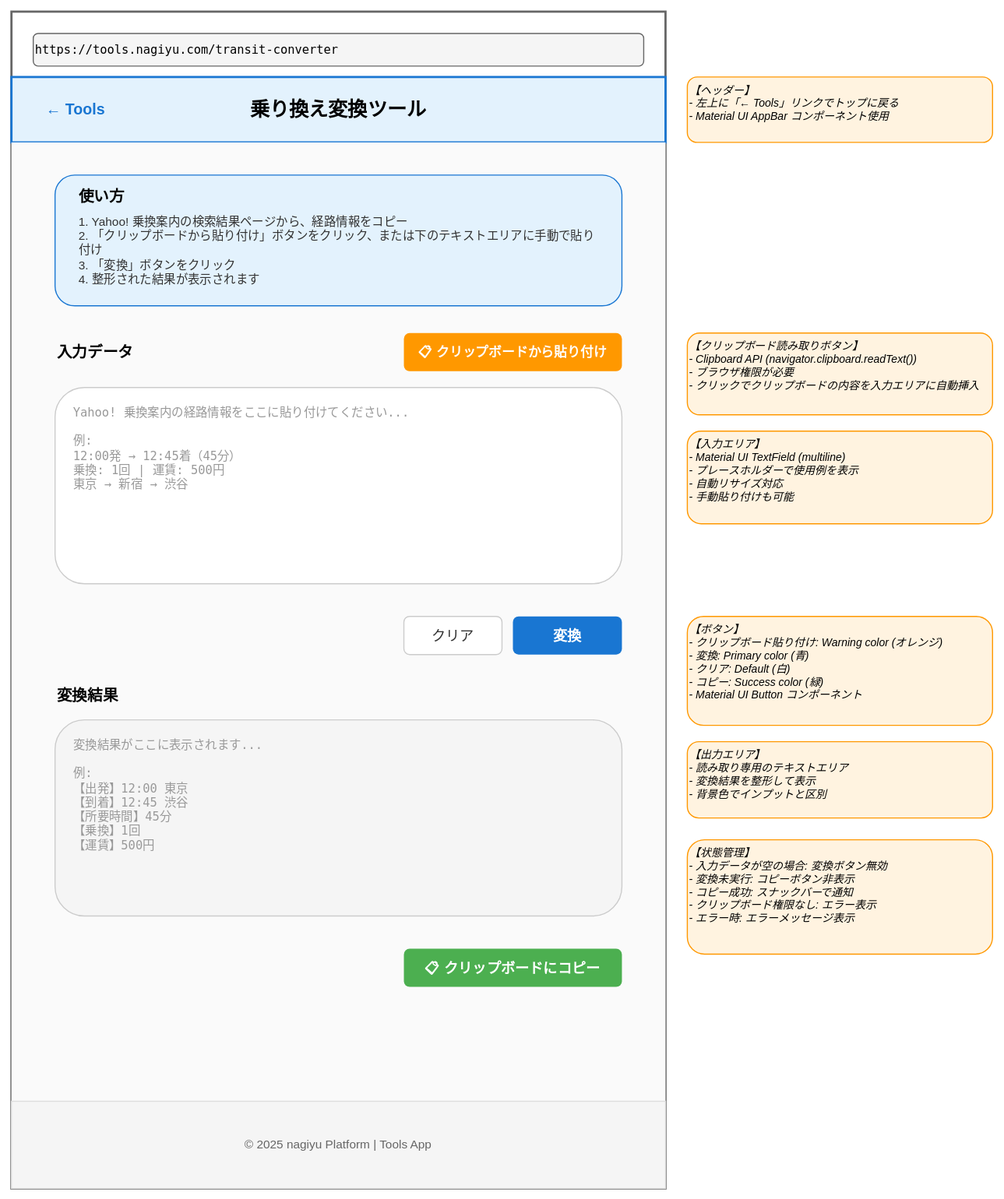
Earlier version of the draw.io export docs/images/services/tools/wireframe-transit.drawio.svg (nagiyu/nagiyu-platform). Source tidied: cells renumbered, new cells last; positions are measured from the earlier drawing's top-left corner, leaving out a move shared by most shapes. Source of this version:
```xml
<mxGraphModel background="#ffffff">
  <root>
    <mxCell id="0" />
    <mxCell id="1" parent="0" />
    <mxCell id="2" style="rounded=0;whiteSpace=wrap;html=1;fillColor=#ffffff;strokeColor=#666666;strokeWidth=2;" parent="1" vertex="1">
      <mxGeometry x="10" y="10" width="600" height="1080" as="geometry" />
    </mxCell>
    <mxCell id="3" value="https://tools.nagiyu.com/transit-converter" style="rounded=1;whiteSpace=wrap;html=1;fillColor=#f5f5f5;strokeColor=#666666;align=left;fontSize=11;fontFamily=monospace;" parent="1" vertex="1">
      <mxGeometry x="30" y="30" width="560" height="30" as="geometry" />
    </mxCell>
    <mxCell id="4" style="rounded=0;whiteSpace=wrap;html=1;fillColor=#e3f2fd;strokeColor=#1976d2;strokeWidth=2;" parent="1" vertex="1">
      <mxGeometry x="10" y="70" width="600" height="60" as="geometry" />
    </mxCell>
    <mxCell id="5" value="← Tools" style="text;html=1;strokeColor=none;fillColor=none;align=left;verticalAlign=middle;whiteSpace=wrap;rounded=0;fontSize=14;fontStyle=1;fontColor=#1976d2;" parent="1" vertex="1">
      <mxGeometry x="40" y="90" width="100" height="20" as="geometry" />
    </mxCell>
    <mxCell id="6" value="乗り換え変換ツール" style="text;html=1;strokeColor=none;fillColor=none;align=center;verticalAlign=middle;whiteSpace=wrap;rounded=0;fontSize=18;fontStyle=1;" parent="1" vertex="1">
      <mxGeometry x="160" y="90" width="300" height="20" as="geometry" />
    </mxCell>
    <mxCell id="7" style="rounded=0;whiteSpace=wrap;html=1;fillColor=#fafafa;strokeColor=none;" parent="1" vertex="1">
      <mxGeometry x="10" y="130" width="600" height="960" as="geometry" />
    </mxCell>
    <mxCell id="8" style="rounded=1;whiteSpace=wrap;html=1;fillColor=#e3f2fd;strokeColor=#1976d2;strokeWidth=1;" parent="1" vertex="1">
      <mxGeometry x="50" y="160" width="520" height="120" as="geometry" />
    </mxCell>
    <mxCell id="9" value="使い方" style="text;html=1;strokeColor=none;fillColor=none;align=left;verticalAlign=middle;whiteSpace=wrap;rounded=0;fontSize=14;fontStyle=1;" parent="1" vertex="1">
      <mxGeometry x="70" y="170" width="100" height="20" as="geometry" />
    </mxCell>
    <mxCell id="10" value="1. Yahoo! 乗換案内の検索結果ページから、経路情報をコピー&#10;2. 「クリップボードから貼り付け」ボタンをクリック、または下のテキストエリアに手動で貼り付け&#10;3. 「変換」ボタンをクリック&#10;4. 整形された結果が表示されます" style="text;html=1;strokeColor=none;fillColor=none;align=left;verticalAlign=top;whiteSpace=wrap;rounded=0;fontSize=11;fontColor=#333333;" parent="1" vertex="1">
      <mxGeometry x="70" y="190" width="480" height="80" as="geometry" />
    </mxCell>
    <mxCell id="11" value="入力データ" style="text;html=1;strokeColor=none;fillColor=none;align=left;verticalAlign=middle;whiteSpace=wrap;rounded=0;fontSize=14;fontStyle=1;" parent="1" vertex="1">
      <mxGeometry x="50" y="310" width="200" height="25" as="geometry" />
    </mxCell>
    <mxCell id="12" value="📋 クリップボードから貼り付け" style="rounded=1;whiteSpace=wrap;html=1;fillColor=#ff9800;strokeColor=none;fontColor=#ffffff;fontSize=12;fontStyle=1;align=center;" parent="1" vertex="1">
      <mxGeometry x="370" y="305" width="200" height="35" as="geometry" />
    </mxCell>
    <mxCell id="13" style="rounded=1;whiteSpace=wrap;html=1;fillColor=#ffffff;strokeColor=#cccccc;strokeWidth=1;align=left;verticalAlign=top;" parent="1" vertex="1">
      <mxGeometry x="50" y="355" width="520" height="180" as="geometry" />
    </mxCell>
    <mxCell id="14" value="Yahoo! 乗換案内の経路情報をここに貼り付けてください...&#10;&#10;例:&#10;12:00発 → 12:45着（45分）&#10;乗換: 1回 | 運賃: 500円&#10;東京 → 新宿 → 渋谷" style="text;html=1;strokeColor=none;fillColor=none;align=left;verticalAlign=top;whiteSpace=wrap;rounded=0;fontSize=11;fontColor=#999999;fontFamily=monospace;" parent="1" vertex="1">
      <mxGeometry x="65" y="365" width="490" height="160" as="geometry" />
    </mxCell>
    <mxCell id="15" style="rounded=0;whiteSpace=wrap;html=1;fillColor=none;strokeColor=none;" parent="1" vertex="1">
      <mxGeometry x="50" y="555" width="520" height="50" as="geometry" />
    </mxCell>
    <mxCell id="16" value="クリア" style="rounded=1;whiteSpace=wrap;html=1;fillColor=#ffffff;strokeColor=#cccccc;fontColor=#333333;fontSize=13;fontStyle=0;align=center;" parent="1" vertex="1">
      <mxGeometry x="370" y="565" width="90" height="35" as="geometry" />
    </mxCell>
    <mxCell id="17" value="変換" style="rounded=1;whiteSpace=wrap;html=1;fillColor=#1976d2;strokeColor=none;fontColor=#ffffff;fontSize=13;fontStyle=1;align=center;" parent="1" vertex="1">
      <mxGeometry x="470" y="565" width="100" height="35" as="geometry" />
    </mxCell>
    <mxCell id="18" value="変換結果" style="text;html=1;strokeColor=none;fillColor=none;align=left;verticalAlign=middle;whiteSpace=wrap;rounded=0;fontSize=14;fontStyle=1;" parent="1" vertex="1">
      <mxGeometry x="50" y="625" width="200" height="25" as="geometry" />
    </mxCell>
    <mxCell id="19" style="rounded=1;whiteSpace=wrap;html=1;fillColor=#f5f5f5;strokeColor=#cccccc;strokeWidth=1;align=left;verticalAlign=top;" parent="1" vertex="1">
      <mxGeometry x="50" y="660" width="520" height="180" as="geometry" />
    </mxCell>
    <mxCell id="20" value="変換結果がここに表示されます...&#10;&#10;例:&#10;【出発】12:00 東京&#10;【到着】12:45 渋谷&#10;【所要時間】45分&#10;【乗換】1回&#10;【運賃】500円" style="text;html=1;strokeColor=none;fillColor=none;align=left;verticalAlign=top;whiteSpace=wrap;rounded=0;fontSize=11;fontColor=#999999;fontFamily=monospace;" parent="1" vertex="1">
      <mxGeometry x="65" y="670" width="490" height="160" as="geometry" />
    </mxCell>
    <mxCell id="21" style="rounded=0;whiteSpace=wrap;html=1;fillColor=none;strokeColor=none;" parent="1" vertex="1">
      <mxGeometry x="50" y="860" width="520" height="50" as="geometry" />
    </mxCell>
    <mxCell id="22" value="📋 クリップボードにコピー" style="rounded=1;whiteSpace=wrap;html=1;fillColor=#4caf50;strokeColor=none;fontColor=#ffffff;fontSize=13;fontStyle=1;align=center;" parent="1" vertex="1">
      <mxGeometry x="370" y="870" width="200" height="35" as="geometry" />
    </mxCell>
    <mxCell id="23" style="rounded=0;whiteSpace=wrap;html=1;fillColor=#f5f5f5;strokeColor=#dddddd;strokeWidth=1;" parent="1" vertex="1">
      <mxGeometry x="10" y="1010" width="600" height="80" as="geometry" />
    </mxCell>
    <mxCell id="24" value="© 2025 nagiyu Platform | Tools App" style="text;html=1;strokeColor=none;fillColor=none;align=center;verticalAlign=middle;whiteSpace=wrap;rounded=0;fontSize=11;fontColor=#666666;" parent="1" vertex="1">
      <mxGeometry x="10" y="1035" width="600" height="30" as="geometry" />
    </mxCell>
    <mxCell id="25" value="【ヘッダー】&#10;- 左上に「← Tools」リンクでトップに戻る&#10;- Material UI AppBar コンポーネント使用" style="text;html=1;strokeColor=#ff9800;fillColor=#fff3e0;align=left;verticalAlign=top;whiteSpace=wrap;rounded=1;fontSize=10;fontStyle=2;" parent="1" vertex="1">
      <mxGeometry x="630" y="70" width="280" height="60" as="geometry" />
    </mxCell>
    <mxCell id="26" value="【クリップボード読み取りボタン】&#10;- Clipboard API (navigator.clipboard.readText())&#10;- ブラウザ権限が必要&#10;- クリックでクリップボードの内容を入力エリアに自動挿入" style="text;html=1;strokeColor=#ff9800;fillColor=#fff3e0;align=left;verticalAlign=top;whiteSpace=wrap;rounded=1;fontSize=10;fontStyle=2;" parent="1" vertex="1">
      <mxGeometry x="630" y="305" width="280" height="75" as="geometry" />
    </mxCell>
    <mxCell id="27" value="【入力エリア】&#10;- Material UI TextField (multiline)&#10;- プレースホルダーで使用例を表示&#10;- 自動リサイズ対応&#10;- 手動貼り付けも可能" style="text;html=1;strokeColor=#ff9800;fillColor=#fff3e0;align=left;verticalAlign=top;whiteSpace=wrap;rounded=1;fontSize=10;fontStyle=2;" parent="1" vertex="1">
      <mxGeometry x="630" y="395" width="280" height="85" as="geometry" />
    </mxCell>
    <mxCell id="28" value="【ボタン】&#10;- クリップボード貼り付け: Warning color (オレンジ)&#10;- 変換: Primary color (青)&#10;- クリア: Default (白)&#10;- コピー: Success color (緑)&#10;- Material UI Button コンポーネント" style="text;html=1;strokeColor=#ff9800;fillColor=#fff3e0;align=left;verticalAlign=top;whiteSpace=wrap;rounded=1;fontSize=10;fontStyle=2;" parent="1" vertex="1">
      <mxGeometry x="630" y="565" width="280" height="100" as="geometry" />
    </mxCell>
    <mxCell id="29" value="【出力エリア】&#10;- 読み取り専用のテキストエリア&#10;- 変換結果を整形して表示&#10;- 背景色でインプットと区別" style="text;html=1;strokeColor=#ff9800;fillColor=#fff3e0;align=left;verticalAlign=top;whiteSpace=wrap;rounded=1;fontSize=10;fontStyle=2;" parent="1" vertex="1">
      <mxGeometry x="630" y="680" width="280" height="70" as="geometry" />
    </mxCell>
    <mxCell id="30" value="【状態管理】&#10;- 入力データが空の場合: 変換ボタン無効&#10;- 変換未実行: コピーボタン非表示&#10;- コピー成功: スナックバーで通知&#10;- クリップボード権限なし: エラー表示&#10;- エラー時: エラーメッセージ表示" style="text;html=1;strokeColor=#ff9800;fillColor=#fff3e0;align=left;verticalAlign=top;whiteSpace=wrap;rounded=1;fontSize=10;fontStyle=2;" parent="1" vertex="1">
      <mxGeometry x="630" y="770" width="280" height="105" as="geometry" />
    </mxCell>
    <mxCell id="31" style="rounded=0;whiteSpace=wrap;html=1;fillColor=none;strokeColor=none;" parent="1" vertex="1">
      <mxGeometry width="920" height="1100" as="geometry" />
    </mxCell>
  </root>
</mxGraphModel>
```
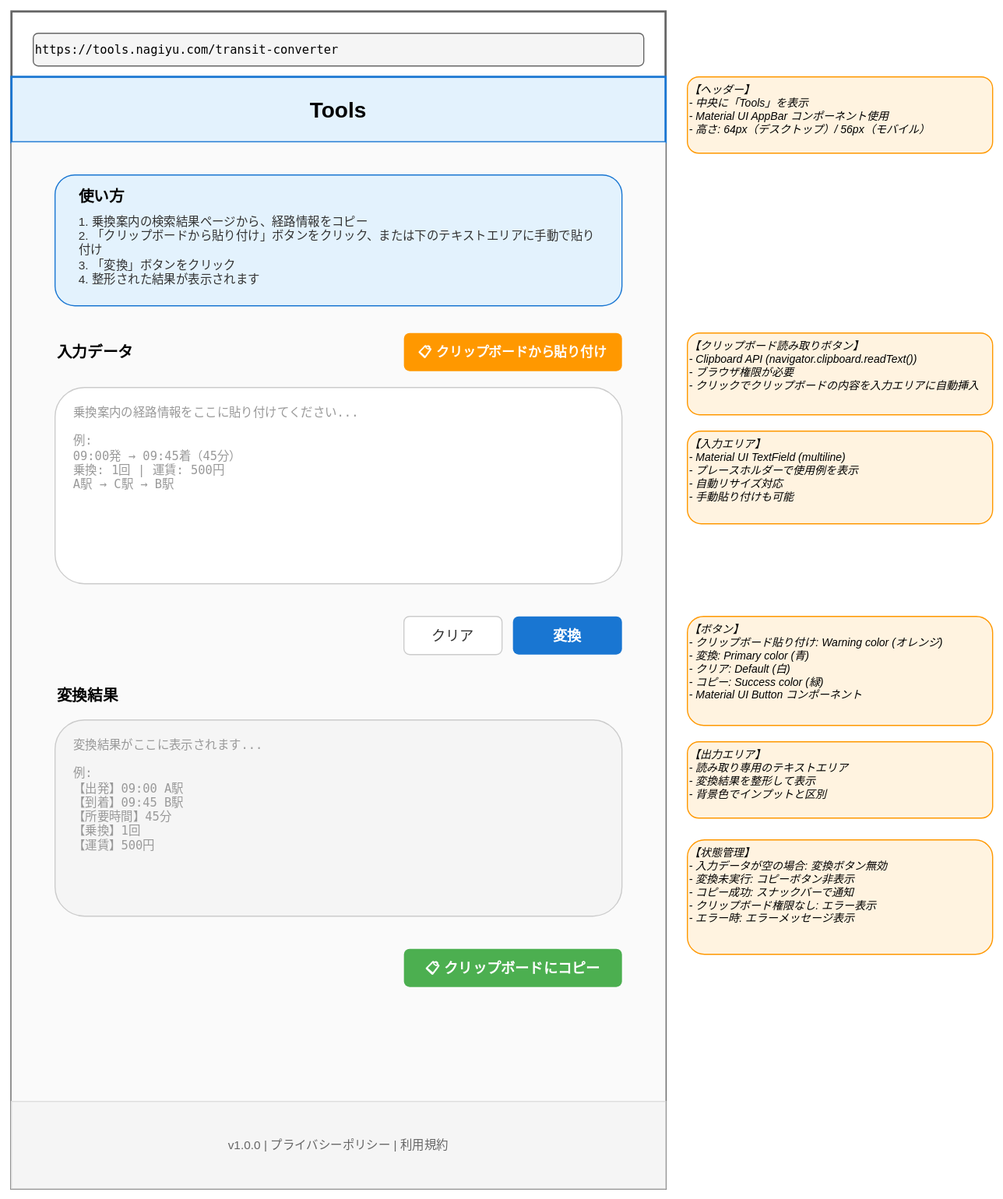
Later version of the same file.

Diff of the diagram source:
```diff
@@ -11,11 +11,8 @@
     <mxCell id="4" style="rounded=0;whiteSpace=wrap;html=1;fillColor=#e3f2fd;strokeColor=#1976d2;strokeWidth=2;" parent="1" vertex="1">
       <mxGeometry x="10" y="70" width="600" height="60" as="geometry" />
     </mxCell>
-    <mxCell id="5" value="← Tools" style="text;html=1;strokeColor=none;fillColor=none;align=left;verticalAlign=middle;whiteSpace=wrap;rounded=0;fontSize=14;fontStyle=1;fontColor=#1976d2;" parent="1" vertex="1">
-      <mxGeometry x="40" y="90" width="100" height="20" as="geometry" />
-    </mxCell>
-    <mxCell id="6" value="乗り換え変換ツール" style="text;html=1;strokeColor=none;fillColor=none;align=center;verticalAlign=middle;whiteSpace=wrap;rounded=0;fontSize=18;fontStyle=1;" parent="1" vertex="1">
-      <mxGeometry x="160" y="90" width="300" height="20" as="geometry" />
+    <mxCell id="6" value="Tools" style="text;html=1;strokeColor=none;fillColor=none;align=center;verticalAlign=middle;whiteSpace=wrap;rounded=0;fontSize=20;fontStyle=1;" parent="1" vertex="1">
+      <mxGeometry x="10" y="85" width="600" height="30" as="geometry" />
     </mxCell>
     <mxCell id="7" style="rounded=0;whiteSpace=wrap;html=1;fillColor=#fafafa;strokeColor=none;" parent="1" vertex="1">
       <mxGeometry x="10" y="130" width="600" height="960" as="geometry" />
@@ -26,7 +23,7 @@
     <mxCell id="9" value="使い方" style="text;html=1;strokeColor=none;fillColor=none;align=left;verticalAlign=middle;whiteSpace=wrap;rounded=0;fontSize=14;fontStyle=1;" parent="1" vertex="1">
       <mxGeometry x="70" y="170" width="100" height="20" as="geometry" />
     </mxCell>
-    <mxCell id="10" value="1. Yahoo! 乗換案内の検索結果ページから、経路情報をコピー&#10;2. 「クリップボードから貼り付け」ボタンをクリック、または下のテキストエリアに手動で貼り付け&#10;3. 「変換」ボタンをクリック&#10;4. 整形された結果が表示されます" style="text;html=1;strokeColor=none;fillColor=none;align=left;verticalAlign=top;whiteSpace=wrap;rounded=0;fontSize=11;fontColor=#333333;" parent="1" vertex="1">
+    <mxCell id="10" value="1. 乗換案内の検索結果ページから、経路情報をコピー&#10;2. 「クリップボードから貼り付け」ボタンをクリック、または下のテキストエリアに手動で貼り付け&#10;3. 「変換」ボタンをクリック&#10;4. 整形された結果が表示されます" style="text;html=1;strokeColor=none;fillColor=none;align=left;verticalAlign=top;whiteSpace=wrap;rounded=0;fontSize=11;fontColor=#333333;" parent="1" vertex="1">
       <mxGeometry x="70" y="190" width="480" height="80" as="geometry" />
     </mxCell>
     <mxCell id="11" value="入力データ" style="text;html=1;strokeColor=none;fillColor=none;align=left;verticalAlign=middle;whiteSpace=wrap;rounded=0;fontSize=14;fontStyle=1;" parent="1" vertex="1">
@@ -38,7 +35,7 @@
     <mxCell id="13" style="rounded=1;whiteSpace=wrap;html=1;fillColor=#ffffff;strokeColor=#cccccc;strokeWidth=1;align=left;verticalAlign=top;" parent="1" vertex="1">
       <mxGeometry x="50" y="355" width="520" height="180" as="geometry" />
     </mxCell>
-    <mxCell id="14" value="Yahoo! 乗換案内の経路情報をここに貼り付けてください...&#10;&#10;例:&#10;12:00発 → 12:45着（45分）&#10;乗換: 1回 | 運賃: 500円&#10;東京 → 新宿 → 渋谷" style="text;html=1;strokeColor=none;fillColor=none;align=left;verticalAlign=top;whiteSpace=wrap;rounded=0;fontSize=11;fontColor=#999999;fontFamily=monospace;" parent="1" vertex="1">
+    <mxCell id="14" value="乗換案内の経路情報をここに貼り付けてください...&#10;&#10;例:&#10;09:00発 → 09:45着（45分）&#10;乗換: 1回 | 運賃: 500円&#10;A駅 → C駅 → B駅" style="text;html=1;strokeColor=none;fillColor=none;align=left;verticalAlign=top;whiteSpace=wrap;rounded=0;fontSize=11;fontColor=#999999;fontFamily=monospace;" parent="1" vertex="1">
       <mxGeometry x="65" y="365" width="490" height="160" as="geometry" />
     </mxCell>
     <mxCell id="15" style="rounded=0;whiteSpace=wrap;html=1;fillColor=none;strokeColor=none;" parent="1" vertex="1">
@@ -56,7 +53,7 @@
     <mxCell id="19" style="rounded=1;whiteSpace=wrap;html=1;fillColor=#f5f5f5;strokeColor=#cccccc;strokeWidth=1;align=left;verticalAlign=top;" parent="1" vertex="1">
       <mxGeometry x="50" y="660" width="520" height="180" as="geometry" />
     </mxCell>
-    <mxCell id="20" value="変換結果がここに表示されます...&#10;&#10;例:&#10;【出発】12:00 東京&#10;【到着】12:45 渋谷&#10;【所要時間】45分&#10;【乗換】1回&#10;【運賃】500円" style="text;html=1;strokeColor=none;fillColor=none;align=left;verticalAlign=top;whiteSpace=wrap;rounded=0;fontSize=11;fontColor=#999999;fontFamily=monospace;" parent="1" vertex="1">
+    <mxCell id="20" value="変換結果がここに表示されます...&#10;&#10;例:&#10;【出発】09:00 A駅&#10;【到着】09:45 B駅&#10;【所要時間】45分&#10;【乗換】1回&#10;【運賃】500円" style="text;html=1;strokeColor=none;fillColor=none;align=left;verticalAlign=top;whiteSpace=wrap;rounded=0;fontSize=11;fontColor=#999999;fontFamily=monospace;" parent="1" vertex="1">
       <mxGeometry x="65" y="670" width="490" height="160" as="geometry" />
     </mxCell>
     <mxCell id="21" style="rounded=0;whiteSpace=wrap;html=1;fillColor=none;strokeColor=none;" parent="1" vertex="1">
@@ -68,11 +65,11 @@
     <mxCell id="23" style="rounded=0;whiteSpace=wrap;html=1;fillColor=#f5f5f5;strokeColor=#dddddd;strokeWidth=1;" parent="1" vertex="1">
       <mxGeometry x="10" y="1010" width="600" height="80" as="geometry" />
     </mxCell>
-    <mxCell id="24" value="© 2025 nagiyu Platform | Tools App" style="text;html=1;strokeColor=none;fillColor=none;align=center;verticalAlign=middle;whiteSpace=wrap;rounded=0;fontSize=11;fontColor=#666666;" parent="1" vertex="1">
+    <mxCell id="24" value="v1.0.0 | プライバシーポリシー | 利用規約" style="text;html=1;strokeColor=none;fillColor=none;align=center;verticalAlign=middle;whiteSpace=wrap;rounded=0;fontSize=11;fontColor=#666666;" parent="1" vertex="1">
       <mxGeometry x="10" y="1035" width="600" height="30" as="geometry" />
     </mxCell>
-    <mxCell id="25" value="【ヘッダー】&#10;- 左上に「← Tools」リンクでトップに戻る&#10;- Material UI AppBar コンポーネント使用" style="text;html=1;strokeColor=#ff9800;fillColor=#fff3e0;align=left;verticalAlign=top;whiteSpace=wrap;rounded=1;fontSize=10;fontStyle=2;" parent="1" vertex="1">
-      <mxGeometry x="630" y="70" width="280" height="60" as="geometry" />
+    <mxCell id="25" value="【ヘッダー】&#10;- 中央に「Tools」を表示&#10;- Material UI AppBar コンポーネント使用&#10;- 高さ: 64px（デスクトップ）/ 56px（モバイル）" style="text;html=1;strokeColor=#ff9800;fillColor=#fff3e0;align=left;verticalAlign=top;whiteSpace=wrap;rounded=1;fontSize=10;fontStyle=2;" parent="1" vertex="1">
+      <mxGeometry x="630" y="70" width="280" height="70" as="geometry" />
     </mxCell>
     <mxCell id="26" value="【クリップボード読み取りボタン】&#10;- Clipboard API (navigator.clipboard.readText())&#10;- ブラウザ権限が必要&#10;- クリックでクリップボードの内容を入力エリアに自動挿入" style="text;html=1;strokeColor=#ff9800;fillColor=#fff3e0;align=left;verticalAlign=top;whiteSpace=wrap;rounded=1;fontSize=10;fontStyle=2;" parent="1" vertex="1">
       <mxGeometry x="630" y="305" width="280" height="75" as="geometry" />
```
